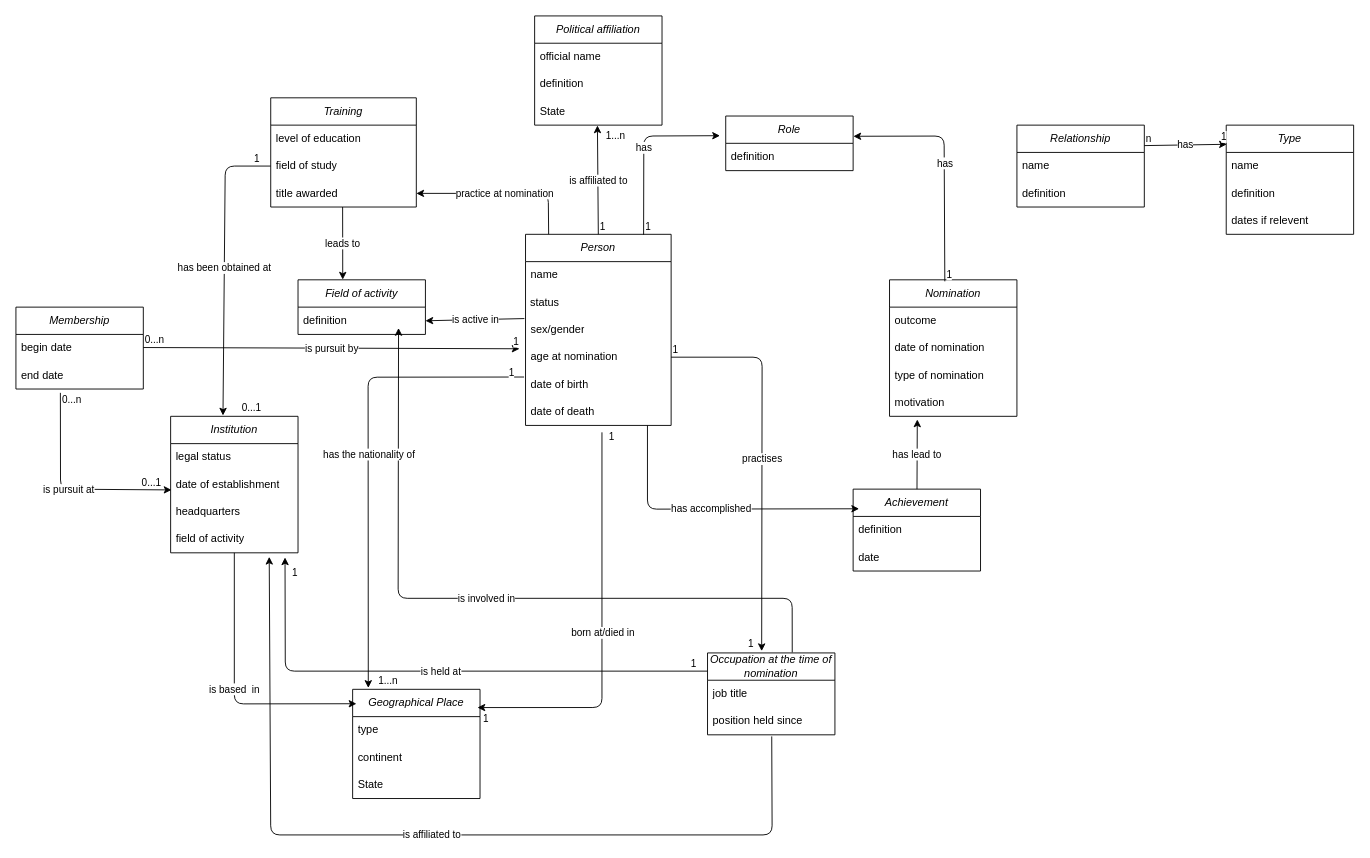
This is Documentation/MCD_to_database_nobel_prize.drawio from cattina2/nobel_peace_prize, a draw.io file, before an edit. Source tidied: cells renumbered, new cells numbered last; positions are measured from the earlier drawing's top-left corner, leaving out a move shared by most shapes. Both pictures are drawn from the tidied source at 91%, with x=0, y=0 at pixel (15, 15).
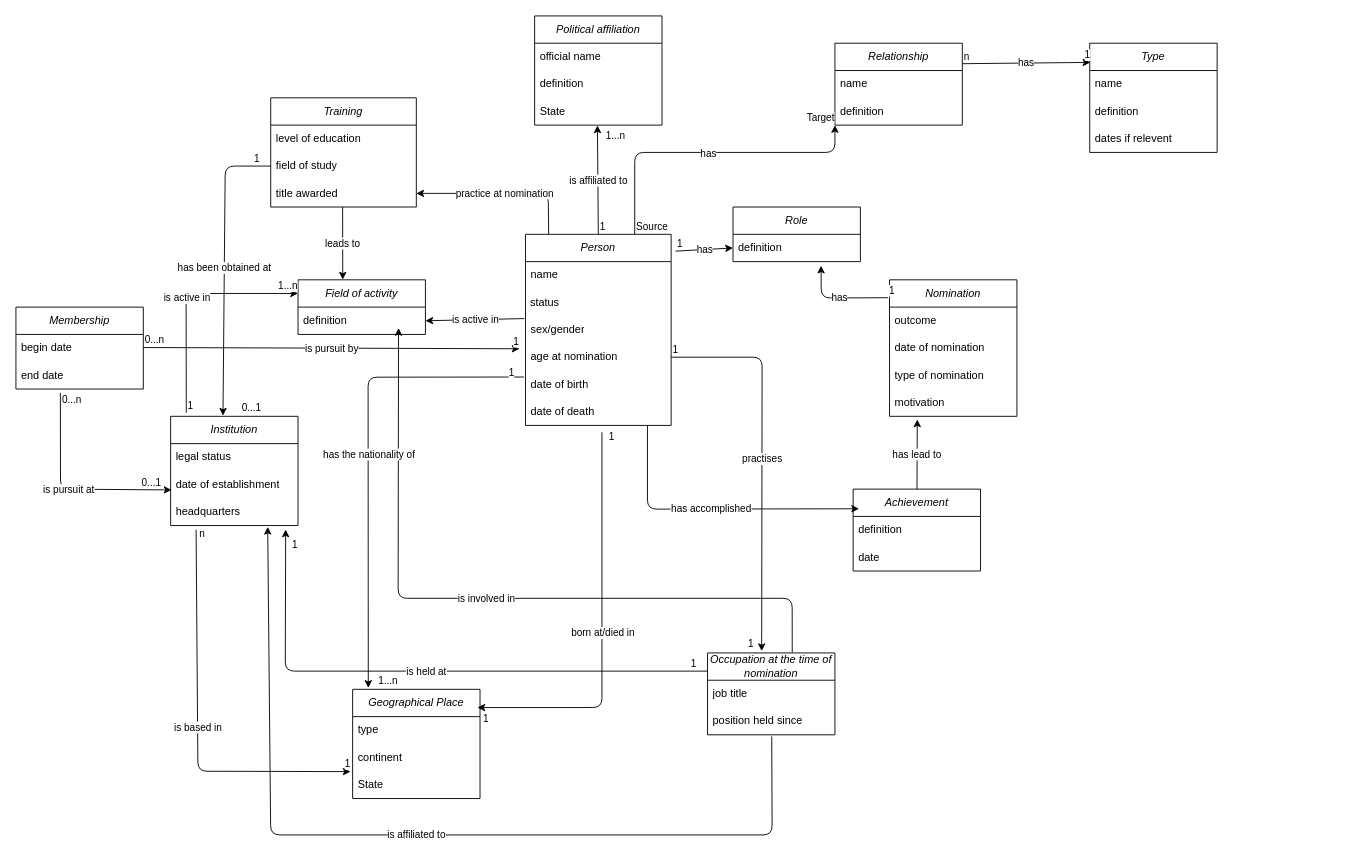
Above is the later version.

Commit message (it also covers changes not shown here):
17 novembre, MCD + SQLite

Unchanged cells that the change refers to:
```xml
<mxCell id="4" value="&lt;i&gt;Person&lt;/i&gt;" style="swimlane;fontStyle=0;horizontal=1;startSize=30;whiteSpace=wrap;html=1;" parent="1" vertex="1">
  <mxGeometry x="560" y="240" width="160" height="210" as="geometry" />
</mxCell>
<mxCell id="11" value="&lt;i&gt;Nomination&lt;/i&gt;" style="swimlane;fontStyle=0;horizontal=1;startSize=30;whiteSpace=wrap;html=1;" parent="1" vertex="1">
  <mxGeometry x="960" y="290" width="140" height="150" as="geometry" />
</mxCell>
<mxCell id="19" value="headquarters" style="text;strokeColor=none;fillColor=none;align=left;verticalAlign=middle;spacingLeft=4;spacingRight=4;overflow=hidden;points=[[0,0.5],[1,0.5]];portConstraint=eastwest;whiteSpace=wrap;html=1;" parent="16" vertex="1">
  <mxGeometry y="90" width="140" height="30" as="geometry" />
</mxCell>
<mxCell id="21" value="&lt;i&gt;Geographical Place&lt;/i&gt;" style="swimlane;fontStyle=0;horizontal=1;startSize=30;whiteSpace=wrap;html=1;" parent="1" vertex="1">
  <mxGeometry x="370" y="740" width="140" height="120" as="geometry" />
</mxCell>
<mxCell id="24" value="State" style="text;strokeColor=none;fillColor=none;align=left;verticalAlign=middle;spacingLeft=4;spacingRight=4;overflow=hidden;points=[[0,0.5],[1,0.5]];portConstraint=eastwest;whiteSpace=wrap;html=1;" parent="21" vertex="1">
  <mxGeometry y="90" width="140" height="30" as="geometry" />
</mxCell>
<mxCell id="31" value="position held since" style="text;strokeColor=none;fillColor=none;align=left;verticalAlign=middle;spacingLeft=4;spacingRight=4;overflow=hidden;points=[[0,0.5],[1,0.5]];portConstraint=eastwest;whiteSpace=wrap;html=1;" parent="29" vertex="1">
  <mxGeometry y="60" width="140" height="30" as="geometry" />
</mxCell>
<mxCell id="34" value="Field of activity" style="swimlane;fontStyle=2;horizontal=1;startSize=30;whiteSpace=wrap;html=1;" parent="1" vertex="1">
  <mxGeometry x="310" y="290" width="140" height="60" as="geometry" />
</mxCell>
<mxCell id="55" value="definition" style="text;strokeColor=none;fillColor=none;align=left;verticalAlign=middle;spacingLeft=4;spacingRight=4;overflow=hidden;points=[[0,0.5],[1,0.5]];portConstraint=eastwest;whiteSpace=wrap;html=1;" parent="54" vertex="1">
  <mxGeometry y="30" width="140" height="30" as="geometry" />
</mxCell>
```

Change to the diagram source:
```diff
@@
     <mxCell id="16" value="&lt;i&gt;Institution&lt;/i&gt;" style="swimlane;fontStyle=0;horizontal=1;startSize=30;whiteSpace=wrap;html=1;" parent="1" vertex="1">
-      <mxGeometry x="170" y="440" width="140" height="150" as="geometry" />
+      <mxGeometry x="170" y="440" width="140" height="120" as="geometry" />
     </mxCell>
@@
-    <mxCell id="20" value="field of activity" style="text;strokeColor=none;fillColor=none;align=left;verticalAlign=middle;spacingLeft=4;spacingRight=4;overflow=hidden;points=[[0,0.5],[1,0.5]];portConstraint=eastwest;whiteSpace=wrap;html=1;" parent="16" vertex="1">
-      <mxGeometry y="120" width="140" height="30" as="geometry" />
-    </mxCell>
@@
-    <mxCell id="32" value="is based&amp;nbsp; in" style="edgeStyle=none;html=1;entryX=0.03;entryY=0.132;entryDx=0;entryDy=0;entryPerimeter=0;" parent="1" edge="1" source="16" target="21">
-      <mxGeometry relative="1" as="geometry">
-        <Array as="points">
-          <mxPoint x="240" y="756" />
-        </Array>
-      </mxGeometry>
-    </mxCell>
-    <mxCell id="33" value="is affiliated to" style="edgeStyle=none;html=1;entryX=0.774;entryY=1.146;entryDx=0;entryDy=0;entryPerimeter=0;exitX=0.504;exitY=1.058;exitDx=0;exitDy=0;exitPerimeter=0;" parent="1" edge="1" source="31" target="20">
+    <mxCell id="33" value="is affiliated to" style="edgeStyle=none;html=1;entryX=0.762;entryY=1.048;entryDx=0;entryDy=0;entryPerimeter=0;exitX=0.504;exitY=1.058;exitDx=0;exitDy=0;exitPerimeter=0;" parent="1" edge="1" source="31" target="19">
       <mxGeometry relative="1" as="geometry">
         <Array as="points">
           <mxPoint x="831" y="900" />
           <mxPoint x="280" y="900" />
         </Array>
       </mxGeometry>
     </mxCell>
@@
     <mxCell id="42" value="&lt;i&gt;Relationship&lt;/i&gt;" style="swimlane;fontStyle=0;horizontal=1;startSize=30;whiteSpace=wrap;html=1;" parent="1" vertex="1">
-      <mxGeometry x="1100" y="120" width="140" height="90" as="geometry" />
+      <mxGeometry x="900" y="30" width="140" height="90" as="geometry" />
     </mxCell>
@@
     <mxCell id="54" value="&lt;i&gt;Role&lt;/i&gt;" style="swimlane;fontStyle=0;horizontal=1;startSize=30;whiteSpace=wrap;html=1;" parent="1" vertex="1">
-      <mxGeometry x="780" y="110" width="140" height="60" as="geometry" />
+      <mxGeometry x="788" y="210" width="140" height="60" as="geometry" />
     </mxCell>
@@
-    <mxCell id="56" style="endArrow=classic;html=1;entryX=-0.045;entryY=0.36;entryDx=0;entryDy=0;entryPerimeter=0;exitX=0.811;exitY=0.002;exitDx=0;exitDy=0;exitPerimeter=0;" parent="1" edge="1" source="4" target="54">
-      <mxGeometry relative="1" as="geometry">
-        <Array as="points">
-          <mxPoint x="690" y="132" />
-        </Array>
-      </mxGeometry>
+    <mxCell id="56" style="endArrow=classic;html=1;entryX=0;entryY=0.5;entryDx=0;entryDy=0;exitX=1.03;exitY=0.088;exitDx=0;exitDy=0;exitPerimeter=0;" parent="1" edge="1" source="4" target="55">
+      <mxGeometry relative="1" as="geometry" />
     </mxCell>
@@
-    <mxCell id="59" style="endArrow=classic;html=1;entryX=1.002;entryY=0.371;entryDx=0;entryDy=0;entryPerimeter=0;exitX=0.434;exitY=0.011;exitDx=0;exitDy=0;exitPerimeter=0;" parent="1" edge="1" source="11" target="54">
+    <mxCell id="59" style="endArrow=classic;html=1;entryX=0.691;entryY=1.149;entryDx=0;entryDy=0;entryPerimeter=0;exitX=-0.012;exitY=0.131;exitDx=0;exitDy=0;exitPerimeter=0;" parent="1" edge="1" source="11" target="55">
       <mxGeometry relative="1" as="geometry">
         <Array as="points">
-          <mxPoint x="1020" y="132" />
+          <mxPoint x="885" y="310" />
         </Array>
       </mxGeometry>
     </mxCell>
@@
     <mxCell id="62" value="&lt;i&gt;Type&lt;/i&gt;" style="swimlane;fontStyle=0;horizontal=1;startSize=30;whiteSpace=wrap;html=1;" parent="1" vertex="1">
-      <mxGeometry x="1330" y="120" width="140" height="120" as="geometry" />
+      <mxGeometry x="1180" y="30" width="140" height="120" as="geometry" />
     </mxCell>
@@
-    <mxCell id="85" style="endArrow=classic;html=1;entryX=0.898;entryY=1.168;entryDx=0;entryDy=0;entryPerimeter=0;" parent="1" edge="1" target="20">
+    <mxCell id="85" style="endArrow=classic;html=1;entryX=0.903;entryY=1.145;entryDx=0;entryDy=0;entryPerimeter=0;" parent="1" edge="1" target="19">
       <mxGeometry relative="1" as="geometry">
         <mxPoint x="760" y="720" as="sourcePoint" />
         <Array as="points">
           <mxPoint x="296" y="720" />
         </Array>
       </mxGeometry>
     </mxCell>
@@
+    <mxCell id="101" style="endArrow=classic;html=1;exitX=0.123;exitY=-0.033;exitDx=0;exitDy=0;exitPerimeter=0;entryX=0;entryY=0.25;entryDx=0;entryDy=0;" parent="1" edge="1" source="16" target="34">
+      <mxGeometry relative="1" as="geometry">
+        <Array as="points">
+          <mxPoint x="187" y="305" />
+        </Array>
+      </mxGeometry>
+    </mxCell>
+    <mxCell id="102" value="is active in" style="edgeLabel;html=1;align=center;verticalAlign=middle;" parent="101" vertex="1">
+      <mxGeometry relative="1" as="geometry" />
+    </mxCell>
+    <mxCell id="103" value="1" style="edgeLabel;html=1;align=left;verticalAlign=bottom;" parent="101" vertex="1">
+      <mxGeometry x="-1" relative="1" as="geometry" />
+    </mxCell>
+    <mxCell id="104" value="1...n" style="edgeLabel;html=1;align=right;verticalAlign=bottom;" parent="101" vertex="1">
+      <mxGeometry x="1" relative="1" as="geometry" />
+    </mxCell>
+    <mxCell id="105" style="endArrow=classic;html=1;exitX=0.75;exitY=0;exitDx=0;exitDy=0;" parent="1" edge="1" source="4">
+      <mxGeometry relative="1" as="geometry">
+        <mxPoint x="900" y="120" as="targetPoint" />
+        <Array as="points">
+          <mxPoint x="680" y="150" />
+          <mxPoint x="900" y="150" />
+        </Array>
+      </mxGeometry>
+    </mxCell>
+    <mxCell id="106" value="has" style="edgeLabel;html=1;align=center;verticalAlign=middle;" parent="105" vertex="1">
+      <mxGeometry relative="1" as="geometry" />
+    </mxCell>
+    <mxCell id="107" value="Source" style="edgeLabel;html=1;align=left;verticalAlign=bottom;" parent="105" vertex="1">
+      <mxGeometry x="-1" relative="1" as="geometry" />
+    </mxCell>
+    <mxCell id="108" value="Target" style="edgeLabel;html=1;align=right;verticalAlign=bottom;" parent="105" vertex="1">
+      <mxGeometry x="1" relative="1" as="geometry" />
+    </mxCell>
+    <mxCell id="109" style="endArrow=classic;html=1;exitX=0.2;exitY=1.156;exitDx=0;exitDy=0;exitPerimeter=0;entryX=-0.016;entryY=0.015;entryDx=0;entryDy=0;entryPerimeter=0;" parent="1" edge="1" source="19" target="24">
+      <mxGeometry relative="1" as="geometry">
+        <Array as="points">
+          <mxPoint x="200" y="830" />
+        </Array>
+      </mxGeometry>
+    </mxCell>
+    <mxCell id="32" value="is based in" style="edgeLabel;html=1;align=center;verticalAlign=middle;" parent="109" vertex="1">
+      <mxGeometry relative="1" as="geometry" />
+    </mxCell>
+    <mxCell id="110" value="n" style="edgeLabel;html=1;align=left;verticalAlign=bottom;" parent="109" vertex="1">
+      <mxGeometry x="-1" relative="1" as="geometry">
+        <mxPoint x="2" y="12" as="offset" />
+      </mxGeometry>
+    </mxCell>
+    <mxCell id="111" value="1" style="edgeLabel;html=1;align=right;verticalAlign=bottom;" parent="109" vertex="1">
+      <mxGeometry x="1" relative="1" as="geometry" />
+    </mxCell>
```
